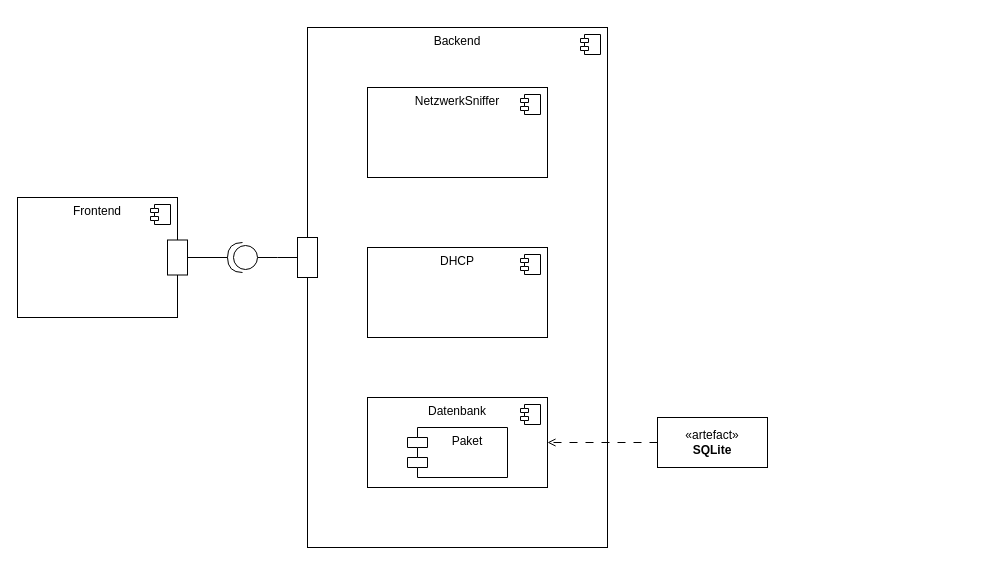
Earlier version of the draw.io diagram doku/my_dia/KomponentenDiagram.drawio (repeter42/bachelor). Source tidied: cells renumbered, new cells numbered last; positions are measured from the earlier drawing's top-left corner, leaving out a move shared by most shapes. Both pictures are drawn from the tidied source at 100%, with x=0, y=0 at pixel (17, 27).
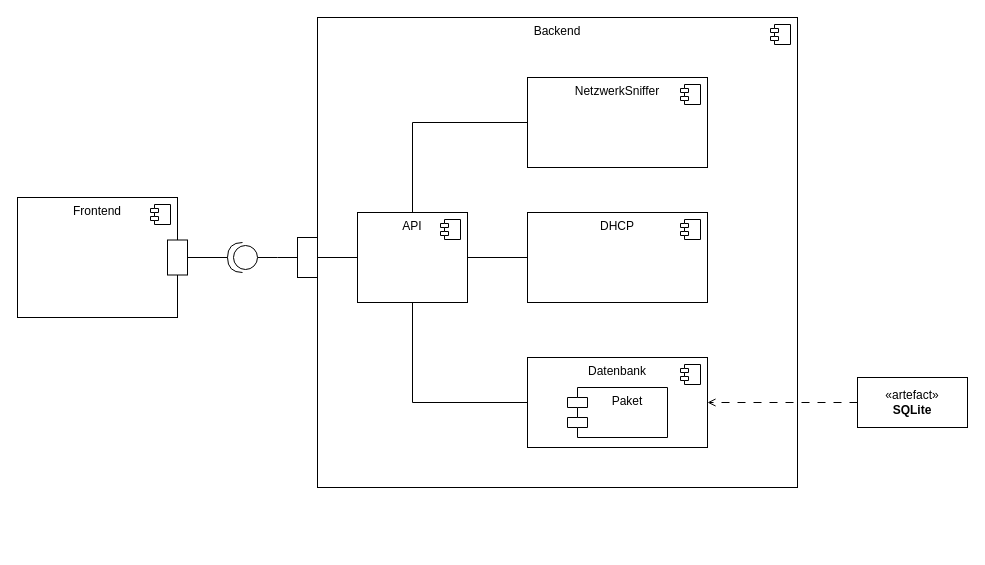
The same page after the edit.

Unchanged cells that the change refers to:
```xml
<mxCell id="14" style="rounded=0;whiteSpace=wrap;html=1;" parent="1" vertex="1">
  <mxGeometry x="280" y="210" width="20" height="40" as="geometry" />
</mxCell>
```

What changed in the source:
```diff
@@
     <mxCell id="2" value="&lt;div&gt;Backend&lt;/div&gt;" style="html=1;whiteSpace=wrap;verticalAlign=top;direction=east;rounded=0;shadow=0;glass=0;" parent="1" vertex="1">
-      <mxGeometry x="290" width="300" height="520" as="geometry" />
+      <mxGeometry x="300" y="-10" width="480" height="470" as="geometry" />
     </mxCell>
@@
+    <mxCell id="20" style="edgeStyle=orthogonalEdgeStyle;rounded=0;jettySize=auto;html=1;endArrow=none;startFill=0;" parent="1" edge="1" source="6" target="22">
+      <mxGeometry relative="1" as="geometry" />
+    </mxCell>
     <mxCell id="6" value="DHCP" style="html=1;whiteSpace=wrap;verticalAlign=top;" parent="1" vertex="1">
-      <mxGeometry x="350" y="220" width="180" height="90" as="geometry" />
+      <mxGeometry x="510" y="185" width="180" height="90" as="geometry" />
     </mxCell>
@@
     <mxCell id="8" value="Datenbank" style="html=1;whiteSpace=wrap;verticalAlign=top;" parent="1" vertex="1">
-      <mxGeometry x="350" y="370" width="180" height="90" as="geometry" />
+      <mxGeometry x="510" y="330" width="180" height="90" as="geometry" />
     </mxCell>
@@
     <mxCell id="10" value="NetzwerkSniffer" style="html=1;whiteSpace=wrap;verticalAlign=top;" parent="1" vertex="1">
-      <mxGeometry x="350" y="60" width="180" height="90" as="geometry" />
+      <mxGeometry x="510" y="50" width="180" height="90" as="geometry" />
     </mxCell>
@@
+    <mxCell id="21" style="edgeStyle=orthogonalEdgeStyle;rounded=0;jettySize=auto;html=1;exitX=1;exitY=0.5;exitDx=0;exitDy=0;entryX=0;entryY=0.5;entryDx=0;entryDy=0;endArrow=none;startFill=0;" parent="1" edge="1" source="14" target="22">
+      <mxGeometry relative="1" as="geometry" />
+    </mxCell>
@@
     <mxCell id="18" value="«artefact»&lt;br&gt;&lt;b&gt;SQLite&lt;/b&gt;" style="html=1;whiteSpace=wrap;" parent="1" vertex="1">
-      <mxGeometry x="640" y="390" width="110" height="50" as="geometry" />
+      <mxGeometry x="840" y="350" width="110" height="50" as="geometry" />
     </mxCell>
     <mxCell id="19" value="Paket" style="shape=module;align=left;spacingLeft=20;align=center;verticalAlign=top;whiteSpace=wrap;html=1;" parent="1" vertex="1">
-      <mxGeometry x="390" y="400" width="100" height="50" as="geometry" />
+      <mxGeometry x="550" y="360" width="100" height="50" as="geometry" />
     </mxCell>
+    <mxCell id="22" value="API" style="html=1;whiteSpace=wrap;verticalAlign=top;" parent="1" vertex="1">
+      <mxGeometry x="340" y="185" width="110" height="90" as="geometry" />
+    </mxCell>
+    <mxCell id="23" style="shape=module;jettyWidth=8;jettyHeight=4;" parent="22" vertex="1">
+      <mxGeometry x="1" width="20" height="20" relative="1" as="geometry">
+        <mxPoint x="-27" y="7" as="offset" />
+      </mxGeometry>
+    </mxCell>
+    <mxCell id="24" style="endArrow=none;html=1;rounded=0;exitX=0.5;exitY=0;exitDx=0;exitDy=0;entryX=0;entryY=0.5;entryDx=0;entryDy=0;elbow=vertical;edgeStyle=orthogonalEdgeStyle;" parent="1" edge="1" source="22" target="10">
+      <mxGeometry relative="1" as="geometry" />
+    </mxCell>
+    <mxCell id="25" style="endArrow=none;html=1;rounded=0;exitX=0.5;exitY=1;exitDx=0;exitDy=0;entryX=0;entryY=0.5;entryDx=0;entryDy=0;edgeStyle=orthogonalEdgeStyle;" parent="1" edge="1" source="22" target="8">
+      <mxGeometry relative="1" as="geometry" />
+    </mxCell>
```
